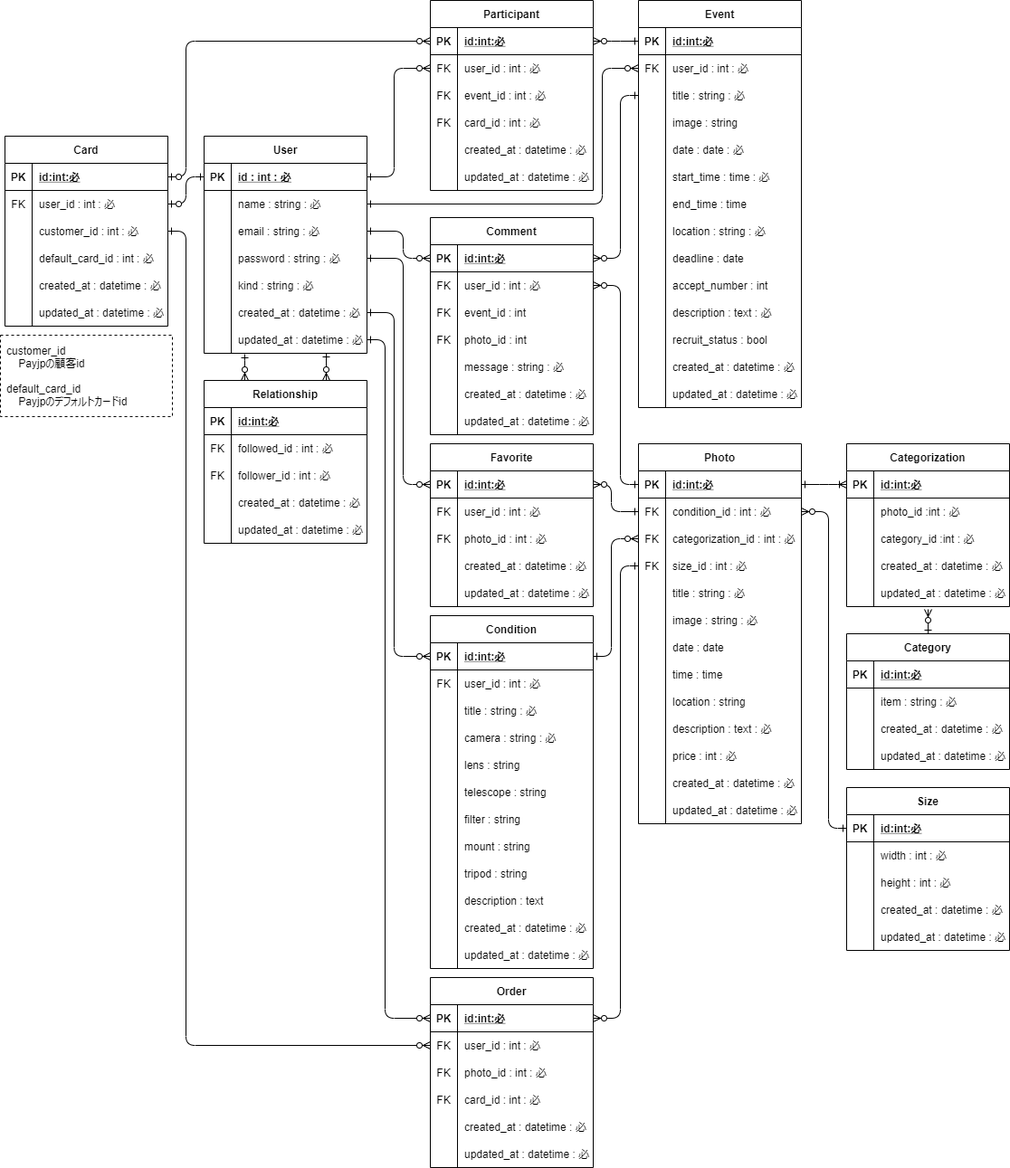
Before: outline/ERchart.png, a diagram exported from draw.io (UtaSuzuki/astrogram). Source tidied: cells renumbered, new cells last; positions are measured from the earlier drawing's top-left corner, leaving out a move shared by most shapes.
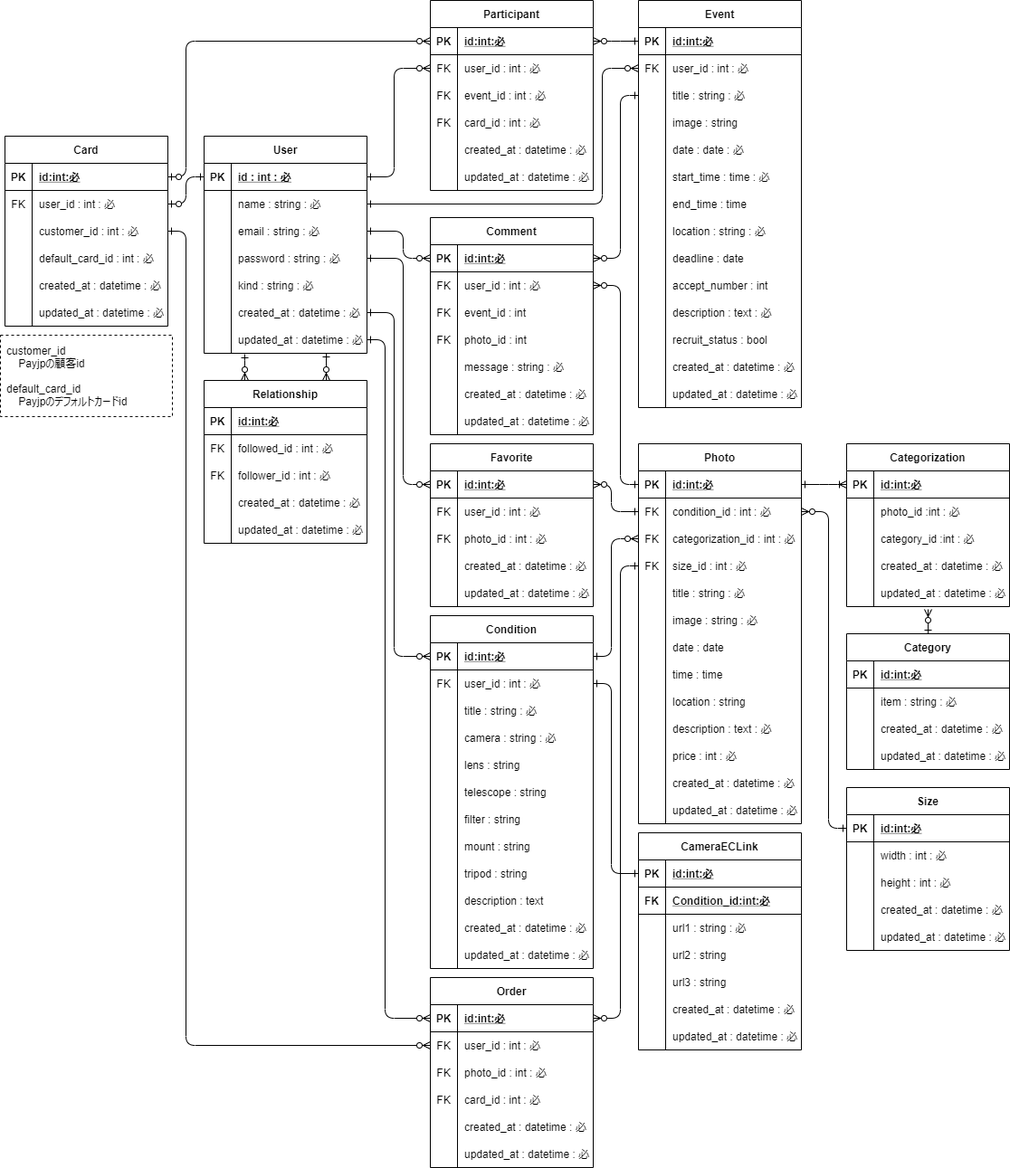
Above is the later version.

The edit, as a diff of the source:
```diff
@@ -1069,5 +1069,81 @@
     <mxCell id="320" value="customer_id&lt;br&gt;&amp;nbsp; &amp;nbsp; Payjpの顧客id&lt;br&gt;&lt;br&gt;default_card_id&lt;br&gt;&amp;nbsp; &amp;nbsp; Payjpのデフォルトカードid" style="rounded=0;whiteSpace=wrap;html=1;align=left;dashed=1;spacingLeft=5;" parent="1" vertex="1">
       <mxGeometry y="370" width="190" height="90" as="geometry" />
     </mxCell>
+    <mxCell id="321" value="CameraECLink" style="shape=table;startSize=30;rowLines=0;fontStyle=1;align=center;" parent="1" vertex="1">
+      <mxGeometry x="705" y="920" width="180" height="240" as="geometry" />
+    </mxCell>
+    <mxCell id="322" style="shape=partialRectangle;fillColor=none;top=0;left=0;bottom=1;right=0;points=[[0,0.5],[1,0.5]];portConstraint=eastwest;" parent="321" vertex="1">
+      <mxGeometry y="30" width="180" height="30" as="geometry" />
+    </mxCell>
+    <mxCell id="323" value="PK" style="shape=partialRectangle;fillColor=none;top=0;left=0;bottom=0;right=0;fontStyle=1;overflow=hidden;" parent="322" vertex="1">
+      <mxGeometry width="30" height="30" as="geometry" />
+    </mxCell>
+    <mxCell id="324" value="id:int:必" style="shape=partialRectangle;fillColor=none;top=0;left=0;bottom=0;right=0;align=left;spacingLeft=6;fontStyle=5;overflow=hidden;" parent="322" vertex="1">
+      <mxGeometry x="30" width="150" height="30" as="geometry" />
+    </mxCell>
+    <mxCell id="325" style="shape=partialRectangle;fillColor=none;top=0;left=0;bottom=1;right=0;" parent="321" vertex="1">
+      <mxGeometry y="60" width="180" height="30" as="geometry" />
+    </mxCell>
+    <mxCell id="326" value="FK" style="shape=partialRectangle;fillColor=none;top=0;left=0;bottom=0;right=0;fontStyle=1;overflow=hidden;" parent="325" vertex="1">
+      <mxGeometry width="30" height="30" as="geometry" />
+    </mxCell>
+    <mxCell id="327" value="Condition_id:int:必" style="shape=partialRectangle;fillColor=none;top=0;left=0;bottom=0;right=0;align=left;spacingLeft=6;fontStyle=5;overflow=hidden;" parent="325" vertex="1">
+      <mxGeometry x="30" width="150" height="30" as="geometry" />
+    </mxCell>
+    <mxCell id="328" style="shape=partialRectangle;fillColor=none;top=0;left=0;bottom=0;right=0;" parent="321" vertex="1">
+      <mxGeometry y="90" width="180" height="30" as="geometry" />
+    </mxCell>
+    <mxCell id="329" style="shape=partialRectangle;fillColor=none;top=0;left=0;bottom=0;right=0;overflow=hidden;" parent="328" vertex="1">
+      <mxGeometry width="30" height="30" as="geometry" />
+    </mxCell>
+    <mxCell id="330" value="url1 : string : 必" style="shape=partialRectangle;fillColor=none;top=0;left=0;bottom=0;right=0;align=left;spacingLeft=6;overflow=hidden;" parent="328" vertex="1">
+      <mxGeometry x="30" width="150" height="30" as="geometry" />
+    </mxCell>
+    <mxCell id="331" style="shape=partialRectangle;fillColor=none;top=0;left=0;bottom=0;right=0;" parent="321" vertex="1">
+      <mxGeometry y="120" width="180" height="30" as="geometry" />
+    </mxCell>
+    <mxCell id="332" style="shape=partialRectangle;fillColor=none;top=0;left=0;bottom=0;right=0;overflow=hidden;" parent="331" vertex="1">
+      <mxGeometry width="30" height="30" as="geometry" />
+    </mxCell>
+    <mxCell id="333" value="url2 : string" style="shape=partialRectangle;fillColor=none;top=0;left=0;bottom=0;right=0;align=left;spacingLeft=6;overflow=hidden;" parent="331" vertex="1">
+      <mxGeometry x="30" width="150" height="30" as="geometry" />
+    </mxCell>
+    <mxCell id="334" style="shape=partialRectangle;fillColor=none;top=0;left=0;bottom=0;right=0;" parent="321" vertex="1">
+      <mxGeometry y="150" width="180" height="30" as="geometry" />
+    </mxCell>
+    <mxCell id="335" style="shape=partialRectangle;fillColor=none;top=0;left=0;bottom=0;right=0;overflow=hidden;" parent="334" vertex="1">
+      <mxGeometry width="30" height="30" as="geometry" />
+    </mxCell>
+    <mxCell id="336" value="url3 : string" style="shape=partialRectangle;fillColor=none;top=0;left=0;bottom=0;right=0;align=left;spacingLeft=6;overflow=hidden;" parent="334" vertex="1">
+      <mxGeometry x="30" width="150" height="30" as="geometry" />
+    </mxCell>
+    <mxCell id="337" style="shape=partialRectangle;fillColor=none;top=0;left=0;bottom=0;right=0;" parent="321" vertex="1">
+      <mxGeometry y="180" width="180" height="30" as="geometry" />
+    </mxCell>
+    <mxCell id="338" style="shape=partialRectangle;fillColor=none;top=0;left=0;bottom=0;right=0;overflow=hidden;" parent="337" vertex="1">
+      <mxGeometry width="30" height="30" as="geometry" />
+    </mxCell>
+    <mxCell id="339" value="created_at : datetime : 必" style="shape=partialRectangle;fillColor=none;top=0;left=0;bottom=0;right=0;align=left;spacingLeft=6;overflow=hidden;" parent="337" vertex="1">
+      <mxGeometry x="30" width="150" height="30" as="geometry" />
+    </mxCell>
+    <mxCell id="340" style="shape=partialRectangle;fillColor=none;top=0;left=0;bottom=0;right=0;" parent="321" vertex="1">
+      <mxGeometry y="210" width="180" height="30" as="geometry" />
+    </mxCell>
+    <mxCell id="341" style="shape=partialRectangle;fillColor=none;top=0;left=0;bottom=0;right=0;overflow=hidden;" parent="340" vertex="1">
+      <mxGeometry width="30" height="30" as="geometry" />
+    </mxCell>
+    <mxCell id="342" value="updated_at : datetime : 必" style="shape=partialRectangle;fillColor=none;top=0;left=0;bottom=0;right=0;align=left;spacingLeft=6;overflow=hidden;" parent="340" vertex="1">
+      <mxGeometry x="30" width="150" height="30" as="geometry" />
+    </mxCell>
+    <mxCell id="343" style="edgeStyle=elbowEdgeStyle;fontSize=12;html=1;endArrow=ERone;startArrow=ERone;exitX=1;exitY=0.5;exitDx=0;exitDy=0;entryX=0;entryY=0.5;entryDx=0;entryDy=0;startFill=0;endFill=0;" parent="1" edge="1" source="28" target="322">
+      <mxGeometry relative="1" as="geometry">
+        <Array as="points">
+          <mxPoint x="675" y="840" />
+          <mxPoint x="675" y="690" />
+          <mxPoint x="745" y="700" />
+          <mxPoint x="795" y="710" />
+        </Array>
+      </mxGeometry>
+    </mxCell>
   </root>
 </mxGraphModel>
```
